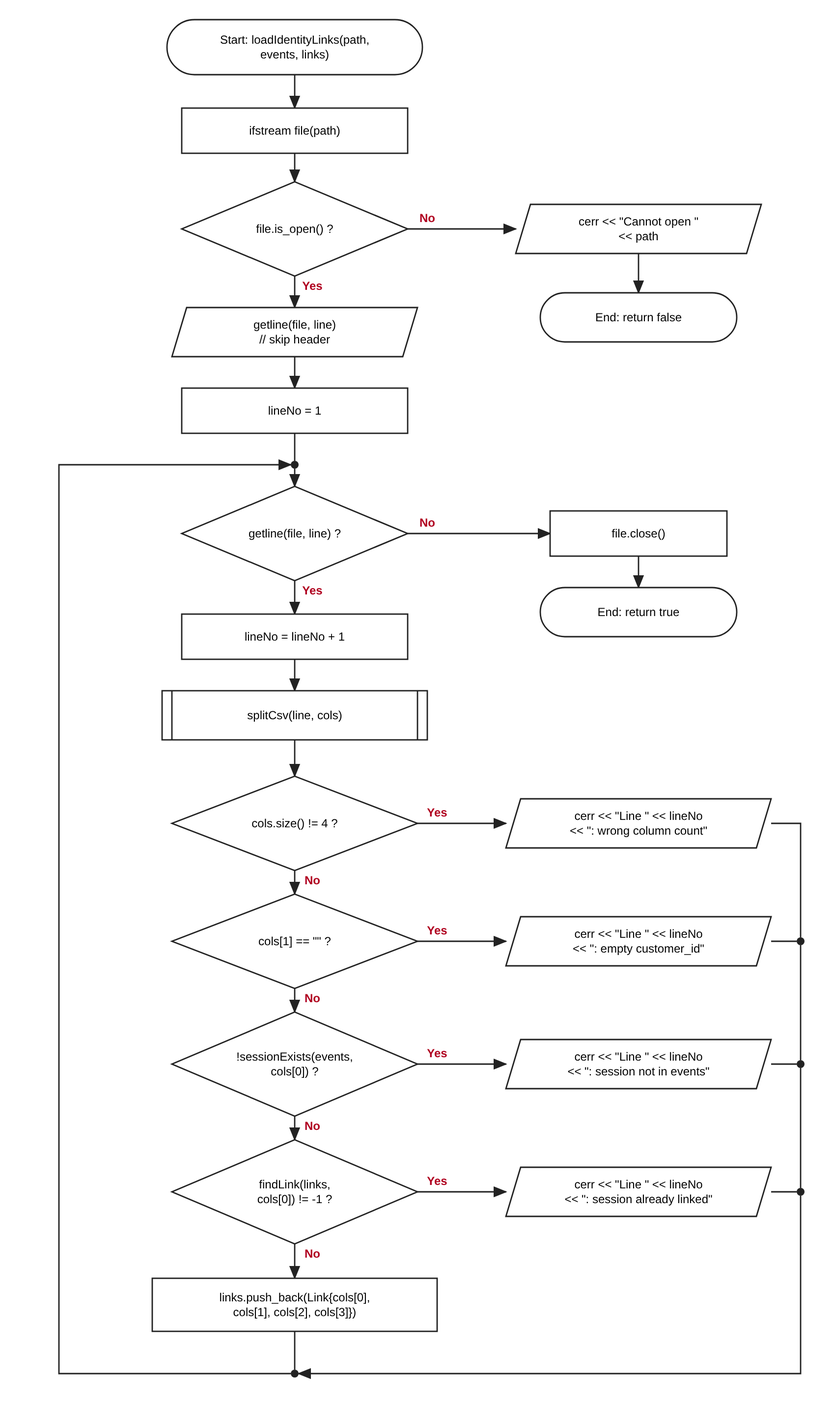
Ukakaka2802/smartretail-p3-group06 keeps this draw.io diagram as docs/flowcharts/T04-load-identity-links.drawio.png. Above is the earlier version. Source tidied: cells renumbered, new cells last; positions are measured from the earlier drawing's top-left corner, leaving out a move shared by most shapes.
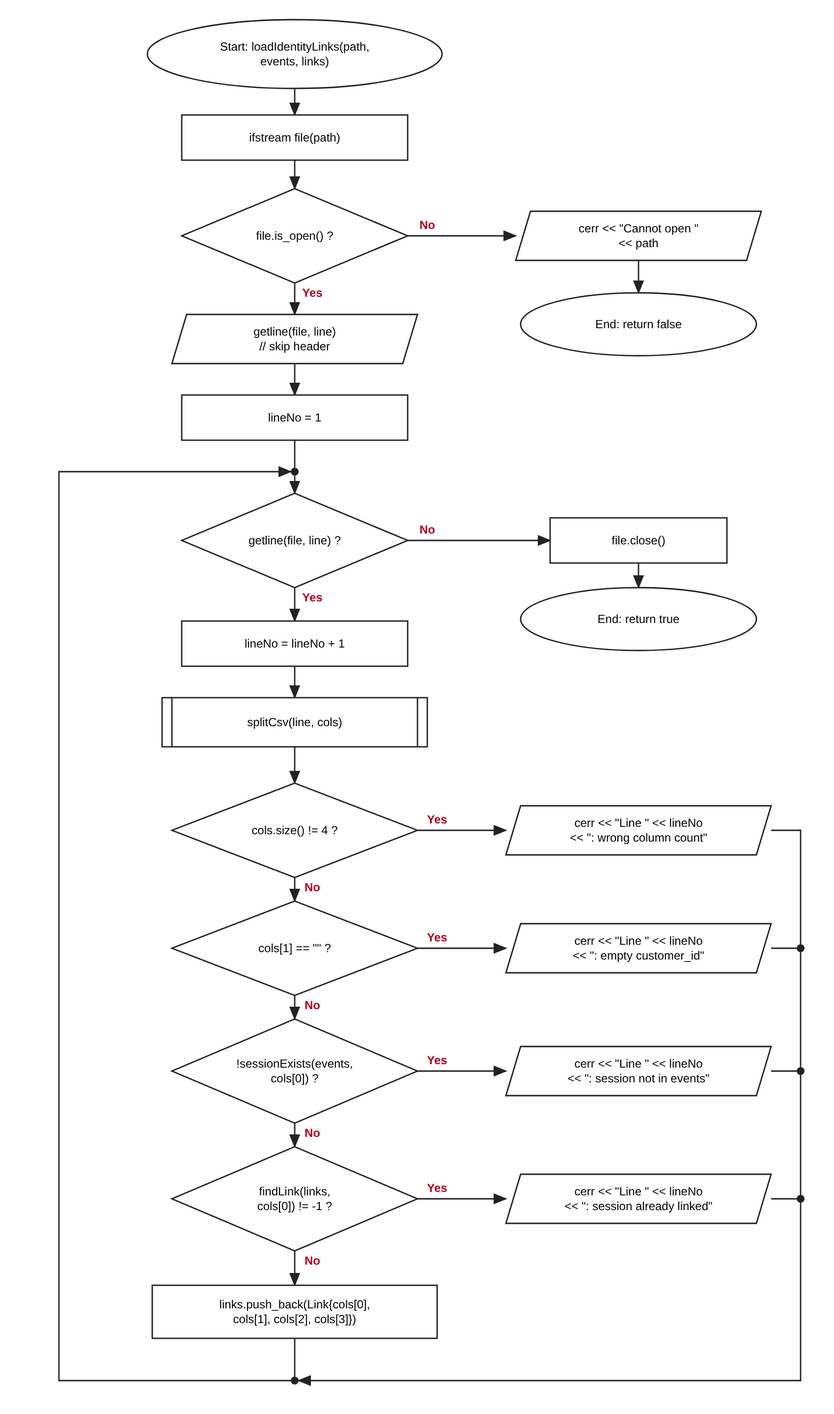
The same diagram one commit later.

Commit message:
T04: redraw Start/End as ovals in flowcharts

Change to the diagram source:
```diff
@@ -2,8 +2,8 @@
   <root>
     <mxCell id="0" />
     <mxCell id="1" parent="0" />
-    <mxCell id="2" value="Start: loadIdentityLinks(path,&#10;events, links)" style="rounded=1;arcSize=50;whiteSpace=wrap;html=0;fontSize=12;" parent="1" vertex="1">
-      <mxGeometry x="110" width="260" height="56" as="geometry" />
+    <mxCell id="2" value="Start: loadIdentityLinks(path,&#10;events, links)" style="ellipse;whiteSpace=wrap;html=0;fontSize=12;" parent="1" vertex="1">
+      <mxGeometry x="90" y="-7" width="300" height="70" as="geometry" />
     </mxCell>
     <mxCell id="3" value="ifstream file(path)" style="rounded=0;whiteSpace=wrap;html=0;fontSize=12;" parent="1" vertex="1">
       <mxGeometry x="125" y="90" width="230" height="46" as="geometry" />
@@ -14,8 +14,8 @@
     <mxCell id="5" value="cerr &lt;&lt; &quot;Cannot open &quot;&#10;&lt;&lt; path" style="shape=parallelogram;perimeter=parallelogramPerimeter;fixedSize=1;size=15;whiteSpace=wrap;html=0;fontSize=12;" parent="1" vertex="1">
       <mxGeometry x="465" y="188" width="250" height="50" as="geometry" />
     </mxCell>
-    <mxCell id="6" value="End: return false" style="rounded=1;arcSize=50;whiteSpace=wrap;html=0;fontSize=12;" parent="1" vertex="1">
-      <mxGeometry x="490" y="278" width="200" height="50" as="geometry" />
+    <mxCell id="6" value="End: return false" style="ellipse;whiteSpace=wrap;html=0;fontSize=12;" parent="1" vertex="1">
+      <mxGeometry x="470" y="271" width="240" height="64" as="geometry" />
     </mxCell>
     <mxCell id="7" value="getline(file, line)&#10;// skip header" style="shape=parallelogram;perimeter=parallelogramPerimeter;fixedSize=1;size=15;whiteSpace=wrap;html=0;fontSize=12;" parent="1" vertex="1">
       <mxGeometry x="115" y="293" width="250" height="50" as="geometry" />
@@ -32,8 +32,8 @@
     <mxCell id="11" value="file.close()" style="rounded=0;whiteSpace=wrap;html=0;fontSize=12;" parent="1" vertex="1">
       <mxGeometry x="500" y="500" width="180" height="46" as="geometry" />
     </mxCell>
-    <mxCell id="12" value="End: return true" style="rounded=1;arcSize=50;whiteSpace=wrap;html=0;fontSize=12;" parent="1" vertex="1">
-      <mxGeometry x="490" y="578" width="200" height="50" as="geometry" />
+    <mxCell id="12" value="End: return true" style="ellipse;whiteSpace=wrap;html=0;fontSize=12;" parent="1" vertex="1">
+      <mxGeometry x="470" y="571" width="240" height="64" as="geometry" />
     </mxCell>
     <mxCell id="13" value="lineNo = lineNo + 1" style="rounded=0;whiteSpace=wrap;html=0;fontSize=12;" parent="1" vertex="1">
       <mxGeometry x="125" y="605" width="230" height="46" as="geometry" />
```
